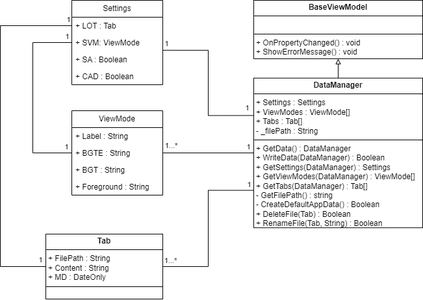
Earlier version of the draw.io export Drafts/ClassDiagrams.drawio.png (scholzandre/BetterEditor). Source tidied: cells renumbered, new cells last; positions are measured from the earlier drawing's top-left corner, leaving out a move shared by most shapes.
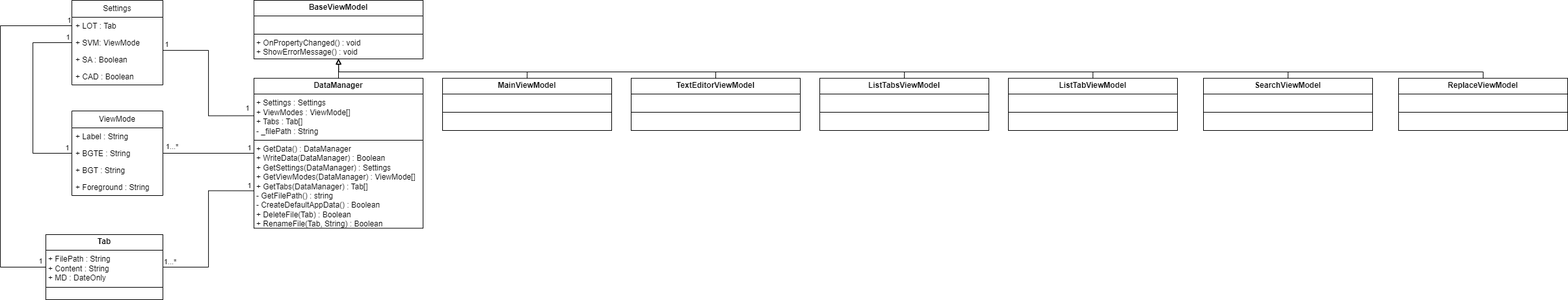
The same file after the commit.

Commit message:
#update class diagrams

The edit, as a diff of the source:
```diff
@@ -119,5 +119,71 @@
     <mxCell id="30" value="&lt;p style=&quot;margin:0px;margin-top:4px;text-align:center;&quot;&gt;&lt;b&gt;BaseViewModel&lt;/b&gt;&lt;/p&gt;&lt;hr size=&quot;1&quot; style=&quot;border-style:solid;&quot;&gt;&lt;p style=&quot;margin:0px;margin-left:4px;&quot;&gt;&lt;br&gt;&lt;/p&gt;&lt;hr size=&quot;1&quot; style=&quot;border-style:solid;&quot;&gt;&lt;p style=&quot;margin:0px;margin-left:4px;&quot;&gt;+ OnPropertyChanged() : void&lt;/p&gt;&lt;p style=&quot;margin:0px;margin-left:4px;&quot;&gt;+ ShowErrorMessage() : void&lt;/p&gt;" style="verticalAlign=top;align=left;overflow=fill;html=1;whiteSpace=wrap;" parent="1" vertex="1">
       <mxGeometry x="390" width="260" height="90" as="geometry" />
     </mxCell>
+    <mxCell id="31" style="edgeStyle=orthogonalEdgeStyle;rounded=0;jettySize=auto;html=1;exitX=0.5;exitY=0;exitDx=0;exitDy=0;entryX=0.5;entryY=1;entryDx=0;entryDy=0;endArrow=block;endFill=0;" parent="1" edge="1" source="32" target="30">
+      <mxGeometry relative="1" as="geometry">
+        <Array as="points">
+          <mxPoint x="810" y="110" />
+          <mxPoint x="520" y="110" />
+        </Array>
+      </mxGeometry>
+    </mxCell>
+    <mxCell id="32" value="&lt;p style=&quot;margin:0px;margin-top:4px;text-align:center;&quot;&gt;&lt;b&gt;MainViewModel&lt;/b&gt;&lt;/p&gt;&lt;hr size=&quot;1&quot; style=&quot;border-style:solid;&quot;&gt;&lt;p style=&quot;margin:0px;margin-left:4px;&quot;&gt;&lt;br&gt;&lt;/p&gt;&lt;hr size=&quot;1&quot; style=&quot;border-style:solid;&quot;&gt;&lt;p style=&quot;margin:0px;margin-left:4px;&quot;&gt;&lt;br&gt;&lt;/p&gt;" style="verticalAlign=top;align=left;overflow=fill;html=1;whiteSpace=wrap;" parent="1" vertex="1">
+      <mxGeometry x="680" y="119.8" width="260" height="80.2" as="geometry" />
+    </mxCell>
+    <mxCell id="33" style="edgeStyle=orthogonalEdgeStyle;rounded=0;jettySize=auto;html=1;exitX=0.5;exitY=0;exitDx=0;exitDy=0;entryX=0.5;entryY=1;entryDx=0;entryDy=0;endArrow=block;endFill=0;" parent="1" edge="1" source="34" target="30">
+      <mxGeometry relative="1" as="geometry">
+        <Array as="points">
+          <mxPoint x="1390" y="110" />
+          <mxPoint x="520" y="110" />
+        </Array>
+      </mxGeometry>
+    </mxCell>
+    <mxCell id="34" value="&lt;p style=&quot;margin:0px;margin-top:4px;text-align:center;&quot;&gt;&lt;b&gt;ListTabsViewModel&lt;/b&gt;&lt;/p&gt;&lt;hr size=&quot;1&quot; style=&quot;border-style:solid;&quot;&gt;&lt;p style=&quot;margin:0px;margin-left:4px;&quot;&gt;&lt;br&gt;&lt;/p&gt;&lt;hr size=&quot;1&quot; style=&quot;border-style:solid;&quot;&gt;&lt;p style=&quot;margin:0px;margin-left:4px;&quot;&gt;&lt;br&gt;&lt;/p&gt;" style="verticalAlign=top;align=left;overflow=fill;html=1;whiteSpace=wrap;" parent="1" vertex="1">
+      <mxGeometry x="1260" y="119.8" width="260" height="80.2" as="geometry" />
+    </mxCell>
+    <mxCell id="35" style="edgeStyle=orthogonalEdgeStyle;rounded=0;jettySize=auto;html=1;exitX=0.5;exitY=0;exitDx=0;exitDy=0;entryX=0.5;entryY=1;entryDx=0;entryDy=0;endArrow=block;endFill=0;" parent="1" edge="1" source="36" target="30">
+      <mxGeometry relative="1" as="geometry">
+        <Array as="points">
+          <mxPoint x="1680" y="110" />
+          <mxPoint x="520" y="110" />
+        </Array>
+      </mxGeometry>
+    </mxCell>
+    <mxCell id="36" value="&lt;p style=&quot;margin:0px;margin-top:4px;text-align:center;&quot;&gt;&lt;b&gt;ListTabViewModel&lt;/b&gt;&lt;/p&gt;&lt;hr size=&quot;1&quot; style=&quot;border-style:solid;&quot;&gt;&lt;p style=&quot;margin:0px;margin-left:4px;&quot;&gt;&lt;br&gt;&lt;/p&gt;&lt;hr size=&quot;1&quot; style=&quot;border-style:solid;&quot;&gt;&lt;p style=&quot;margin:0px;margin-left:4px;&quot;&gt;&lt;br&gt;&lt;/p&gt;" style="verticalAlign=top;align=left;overflow=fill;html=1;whiteSpace=wrap;" parent="1" vertex="1">
+      <mxGeometry x="1550" y="119.8" width="260" height="80.2" as="geometry" />
+    </mxCell>
+    <mxCell id="37" style="edgeStyle=orthogonalEdgeStyle;rounded=0;jettySize=auto;html=1;exitX=0.5;exitY=0;exitDx=0;exitDy=0;entryX=0.5;entryY=1;entryDx=0;entryDy=0;endArrow=block;endFill=0;" parent="1" edge="1" source="38" target="30">
+      <mxGeometry relative="1" as="geometry">
+        <Array as="points">
+          <mxPoint x="1980" y="110" />
+          <mxPoint x="520" y="110" />
+        </Array>
+      </mxGeometry>
+    </mxCell>
+    <mxCell id="38" value="&lt;p style=&quot;margin:0px;margin-top:4px;text-align:center;&quot;&gt;&lt;b&gt;SearchViewModel&lt;/b&gt;&lt;/p&gt;&lt;hr size=&quot;1&quot; style=&quot;border-style:solid;&quot;&gt;&lt;p style=&quot;margin:0px;margin-left:4px;&quot;&gt;&lt;br&gt;&lt;/p&gt;&lt;hr size=&quot;1&quot; style=&quot;border-style:solid;&quot;&gt;&lt;p style=&quot;margin:0px;margin-left:4px;&quot;&gt;&lt;br&gt;&lt;/p&gt;" style="verticalAlign=top;align=left;overflow=fill;html=1;whiteSpace=wrap;" parent="1" vertex="1">
+      <mxGeometry x="1850" y="119.8" width="260" height="80.2" as="geometry" />
+    </mxCell>
+    <mxCell id="39" style="edgeStyle=orthogonalEdgeStyle;rounded=0;jettySize=auto;html=1;exitX=0.5;exitY=0;exitDx=0;exitDy=0;entryX=0.5;entryY=1;entryDx=0;entryDy=0;endArrow=block;endFill=0;" parent="1" edge="1" source="40" target="30">
+      <mxGeometry relative="1" as="geometry">
+        <Array as="points">
+          <mxPoint x="2280" y="110" />
+          <mxPoint x="520" y="110" />
+        </Array>
+      </mxGeometry>
+    </mxCell>
+    <mxCell id="40" value="&lt;p style=&quot;margin:0px;margin-top:4px;text-align:center;&quot;&gt;&lt;b&gt;ReplaceViewModel&lt;/b&gt;&lt;/p&gt;&lt;hr size=&quot;1&quot; style=&quot;border-style:solid;&quot;&gt;&lt;p style=&quot;margin:0px;margin-left:4px;&quot;&gt;&lt;br&gt;&lt;/p&gt;&lt;hr size=&quot;1&quot; style=&quot;border-style:solid;&quot;&gt;&lt;p style=&quot;margin:0px;margin-left:4px;&quot;&gt;&lt;br&gt;&lt;/p&gt;" style="verticalAlign=top;align=left;overflow=fill;html=1;whiteSpace=wrap;" parent="1" vertex="1">
+      <mxGeometry x="2150" y="119.8" width="260" height="80.2" as="geometry" />
+    </mxCell>
+    <mxCell id="41" style="edgeStyle=orthogonalEdgeStyle;rounded=0;jettySize=auto;html=1;exitX=0.5;exitY=0;exitDx=0;exitDy=0;entryX=0.5;entryY=1;entryDx=0;entryDy=0;endArrow=block;endFill=0;" parent="1" edge="1" source="42" target="30">
+      <mxGeometry relative="1" as="geometry">
+        <Array as="points">
+          <mxPoint x="1100" y="110" />
+          <mxPoint x="520" y="110" />
+        </Array>
+      </mxGeometry>
+    </mxCell>
+    <mxCell id="42" value="&lt;p style=&quot;margin:0px;margin-top:4px;text-align:center;&quot;&gt;&lt;b&gt;TextEditorViewModel&lt;/b&gt;&lt;/p&gt;&lt;hr size=&quot;1&quot; style=&quot;border-style:solid;&quot;&gt;&lt;p style=&quot;margin:0px;margin-left:4px;&quot;&gt;&lt;br&gt;&lt;/p&gt;&lt;hr size=&quot;1&quot; style=&quot;border-style:solid;&quot;&gt;&lt;p style=&quot;margin:0px;margin-left:4px;&quot;&gt;&lt;br&gt;&lt;/p&gt;" style="verticalAlign=top;align=left;overflow=fill;html=1;whiteSpace=wrap;" parent="1" vertex="1">
+      <mxGeometry x="970" y="119.8" width="260" height="80.2" as="geometry" />
+    </mxCell>
   </root>
 </mxGraphModel>
```
